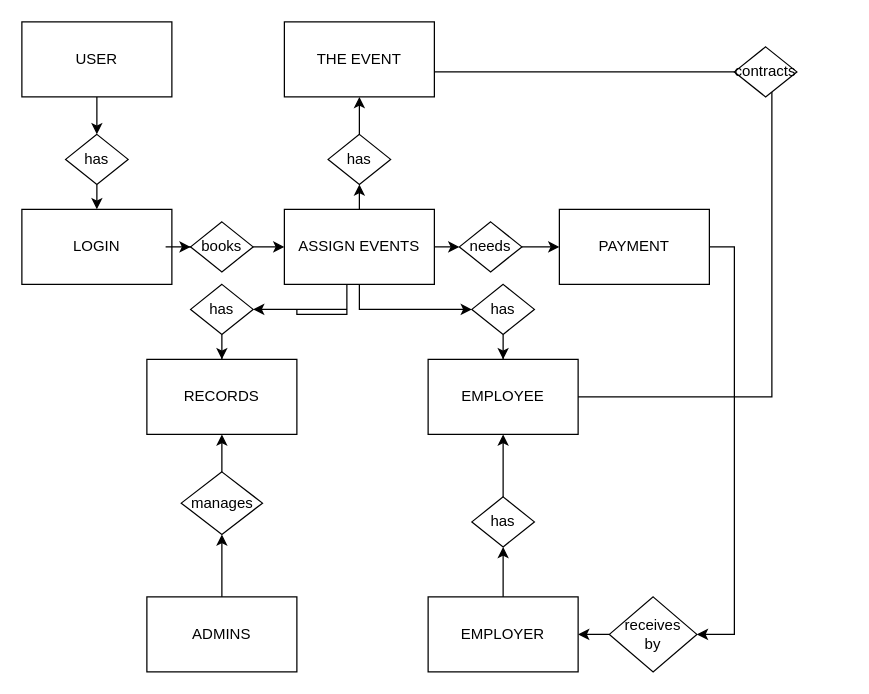
Earlier version of the draw.io diagram data model group.drawio (julieeesy/data_modelling_workshop). Source tidied: cells renumbered, new cells numbered last; positions are measured from the earlier drawing's top-left corner, leaving out a move shared by most shapes. Both pictures are drawn from the tidied source at 125%, with x=0, y=0 at pixel (21, 21).
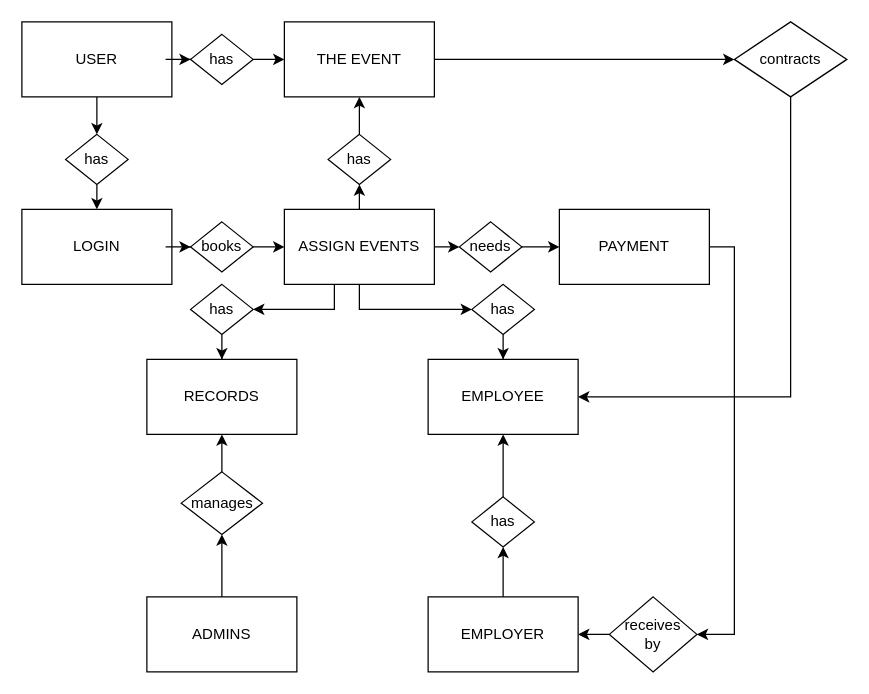
After the change.

Unchanged cells that the change refers to:
```xml
<mxCell id="5" value="USER" style="rounded=0;whiteSpace=wrap;html=1;" parent="1" vertex="1">
  <mxGeometry width="120" height="60" as="geometry" />
</mxCell>
<mxCell id="9" value="ASSIGN EVENTS" style="rounded=0;whiteSpace=wrap;html=1;" parent="1" vertex="1">
  <mxGeometry x="210" y="150" width="120" height="60" as="geometry" />
</mxCell>
<mxCell id="13" value="THE EVENT" style="rounded=0;whiteSpace=wrap;html=1;" parent="1" vertex="1">
  <mxGeometry x="210" width="120" height="60" as="geometry" />
</mxCell>
<mxCell id="16" value="EMPLOYEE" style="rounded=0;whiteSpace=wrap;html=1;" parent="1" vertex="1">
  <mxGeometry x="325" y="270" width="120" height="60" as="geometry" />
</mxCell>
<mxCell id="36" value="has" style="rhombus;whiteSpace=wrap;html=1;" parent="1" vertex="1">
  <mxGeometry x="135" y="210" width="50" height="40" as="geometry" />
</mxCell>
```

Diff of the diagram source:
```diff
@@
+    <mxCell id="40" style="edgeStyle=orthogonalEdgeStyle;rounded=0;jettySize=auto;html=1;entryX=0;entryY=0.5;entryDx=0;entryDy=0;" parent="1" edge="1" source="44" target="13">
+      <mxGeometry relative="1" as="geometry" />
+    </mxCell>
@@
+    <mxCell id="39" style="edgeStyle=orthogonalEdgeStyle;rounded=0;jettySize=auto;html=1;entryX=1;entryY=0.5;entryDx=0;entryDy=0;" parent="1" edge="1" source="9" target="36">
+      <mxGeometry relative="1" as="geometry">
+        <Array as="points">
+          <mxPoint x="250" y="230" />
+        </Array>
+      </mxGeometry>
+    </mxCell>
@@
+    <mxCell id="41" style="edgeStyle=orthogonalEdgeStyle;rounded=0;jettySize=auto;html=1;entryX=0;entryY=0.5;entryDx=0;entryDy=0;" parent="1" edge="1" source="13" target="34">
+      <mxGeometry relative="1" as="geometry" />
+    </mxCell>
@@
-    <mxCell id="33" style="edgeStyle=orthogonalEdgeStyle;rounded=0;jettySize=auto;html=1;entryX=1;entryY=0.5;entryDx=0;entryDy=0;" parent="1" edge="1" source="16" target="34">
-      <mxGeometry relative="1" as="geometry">
-        <Array as="points">
-          <mxPoint x="600" y="300" />
-          <mxPoint x="600" y="40" />
-          <mxPoint x="330" y="40" />
-        </Array>
-      </mxGeometry>
-    </mxCell>
+    <mxCell id="42" style="edgeStyle=orthogonalEdgeStyle;rounded=0;jettySize=auto;html=1;entryX=1;entryY=0.5;entryDx=0;entryDy=0;" parent="1" edge="1" source="34" target="16">
+      <mxGeometry relative="1" as="geometry">
+        <Array as="points">
+          <mxPoint x="615" y="300" />
+        </Array>
+      </mxGeometry>
+    </mxCell>
     <mxCell id="34" value="contracts" style="rhombus;whiteSpace=wrap;html=1;" parent="1" vertex="1">
-      <mxGeometry x="570" y="20" width="50" height="40" as="geometry" />
+      <mxGeometry x="570" width="90" height="60" as="geometry" />
     </mxCell>
@@
-    <mxCell id="39" style="edgeStyle=orthogonalEdgeStyle;rounded=0;jettySize=auto;html=1;entryX=1;entryY=0.5;entryDx=0;entryDy=0;" parent="1" edge="1" source="9" target="36">
-      <mxGeometry relative="1" as="geometry">
-        <Array as="points">
-          <mxPoint x="260" y="230" />
-          <mxPoint x="220" y="230" />
-          <mxPoint x="220" y="234" />
-          <mxPoint x="260" y="234" />
-          <mxPoint x="260" y="230" />
-        </Array>
-      </mxGeometry>
-    </mxCell>
+    <mxCell id="43" style="edgeStyle=orthogonalEdgeStyle;rounded=0;jettySize=auto;html=1;entryX=0;entryY=0.5;entryDx=0;entryDy=0;" parent="1" edge="1" source="5" target="44">
+      <mxGeometry relative="1" as="geometry" />
+    </mxCell>
+    <mxCell id="44" value="has" style="rhombus;whiteSpace=wrap;html=1;" parent="1" vertex="1">
+      <mxGeometry x="135" y="10" width="50" height="40" as="geometry" />
+    </mxCell>
```
